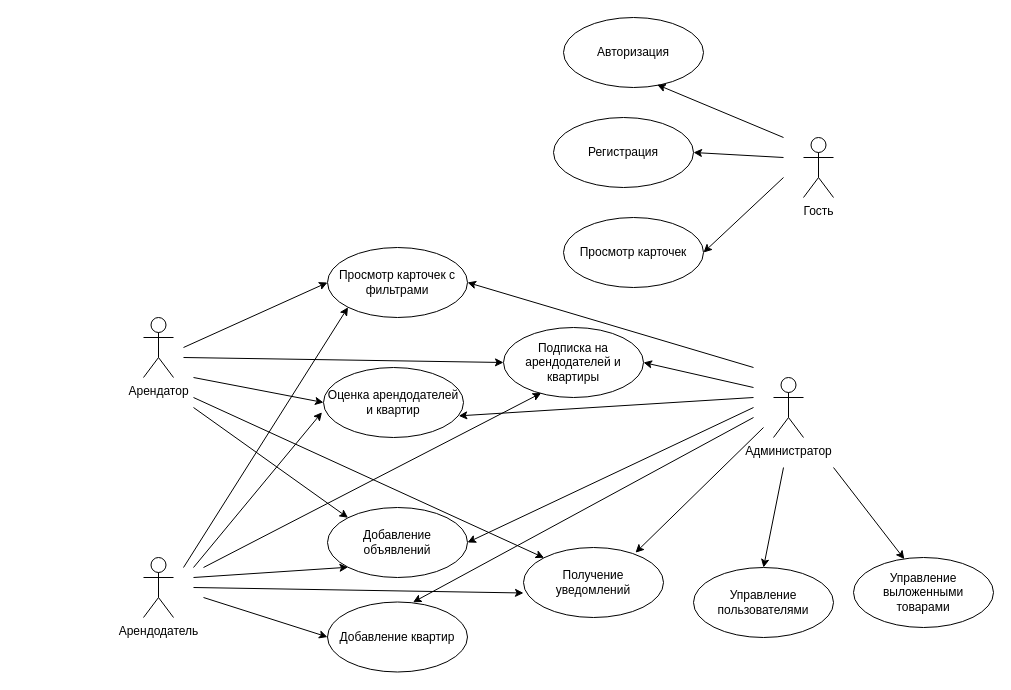
Before: page "Guest" (2 of 11) of doc/diagram/er_diagram.drawio in ilyasssklimov/bmstu_CourseProjectDB, a draw.io diagram. Source tidied: cells renumbered, new cells numbered last; positions are measured from the earlier drawing's top-left corner, leaving out a move shared by most shapes. Both pictures are drawn from the tidied source at 100%, with x=0, y=0 at pixel (143, 17).
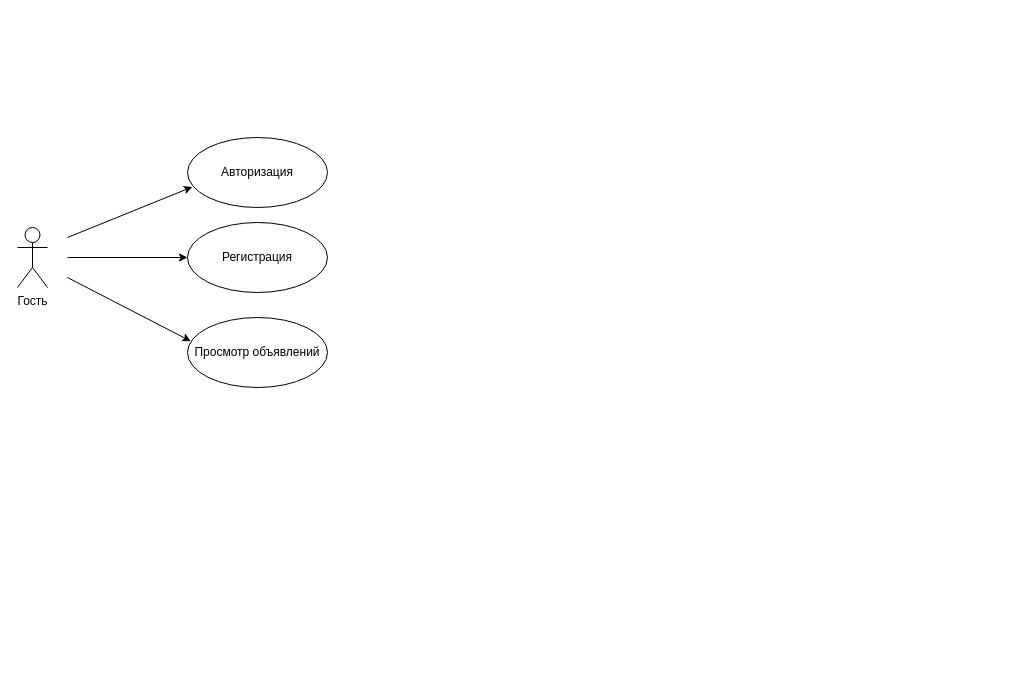
The same page after the edit.

Commit message:
add all diagrams

What changed in the source:
```diff
@@
     <mxCell id="2" value="Гость" style="shape=umlActor;verticalLabelPosition=bottom;verticalAlign=top;html=1;" parent="1" vertex="1">
-      <mxGeometry x="660" y="120" width="30" height="60" as="geometry" />
+      <mxGeometry x="-126" y="210" width="30" height="60" as="geometry" />
     </mxCell>
-    <mxCell id="3" value="Арендатор" style="shape=umlActor;verticalLabelPosition=bottom;verticalAlign=top;html=1;" parent="1" vertex="1">
-      <mxGeometry y="300" width="30" height="60" as="geometry" />
-    </mxCell>
-    <mxCell id="4" value="Арендодатель" style="shape=umlActor;verticalLabelPosition=bottom;verticalAlign=top;html=1;" parent="1" vertex="1">
-      <mxGeometry y="540" width="30" height="60" as="geometry" />
-    </mxCell>
-    <mxCell id="5" value="Администратор" style="shape=umlActor;verticalLabelPosition=bottom;verticalAlign=top;html=1;" parent="1" vertex="1">
-      <mxGeometry x="630" y="360" width="30" height="60" as="geometry" />
-    </mxCell>
-    <mxCell id="6" value="Просмотр карточек с фильтрами" style="ellipse;whiteSpace=wrap;html=1;" parent="1" vertex="1">
-      <mxGeometry x="184" y="230" width="140" height="70" as="geometry" />
-    </mxCell>
     <mxCell id="7" value="Регистрация" style="ellipse;whiteSpace=wrap;html=1;" parent="1" vertex="1">
-      <mxGeometry x="410" y="100" width="140" height="70" as="geometry" />
+      <mxGeometry x="44" y="205" width="140" height="70" as="geometry" />
     </mxCell>
-    <mxCell id="8" value="Просмотр карточек" style="ellipse;whiteSpace=wrap;html=1;" parent="1" vertex="1">
-      <mxGeometry x="420" y="200" width="140" height="70" as="geometry" />
+    <mxCell id="8" value="Просмотр объявлений" style="ellipse;whiteSpace=wrap;html=1;" parent="1" vertex="1">
+      <mxGeometry x="44" y="300" width="140" height="70" as="geometry" />
     </mxCell>
-    <mxCell id="9" value="Подписка на арендодателей и квартиры" style="ellipse;whiteSpace=wrap;html=1;" parent="1" vertex="1">
-      <mxGeometry x="360" y="310" width="140" height="70" as="geometry" />
-    </mxCell>
-    <mxCell id="10" value="Оценка арендодателей и квартир" style="ellipse;whiteSpace=wrap;html=1;" parent="1" vertex="1">
-      <mxGeometry x="180" y="350" width="140" height="70" as="geometry" />
-    </mxCell>
-    <mxCell id="11" value="Получение уведомлений" style="ellipse;whiteSpace=wrap;html=1;" parent="1" vertex="1">
-      <mxGeometry x="380" y="530" width="140" height="70" as="geometry" />
-    </mxCell>
-    <mxCell id="12" value="Добавление объявлений" style="ellipse;whiteSpace=wrap;html=1;" parent="1" vertex="1">
-      <mxGeometry x="184" y="490" width="140" height="70" as="geometry" />
-    </mxCell>
-    <mxCell id="13" value="Добавление квартир" style="ellipse;whiteSpace=wrap;html=1;" parent="1" vertex="1">
-      <mxGeometry x="184" y="584.5" width="140" height="70" as="geometry" />
-    </mxCell>
-    <mxCell id="14" value="Управление пользователями" style="ellipse;whiteSpace=wrap;html=1;" parent="1" vertex="1">
-      <mxGeometry x="550" y="550" width="140" height="70" as="geometry" />
-    </mxCell>
-    <mxCell id="15" value="Управление выложенными &lt;br&gt;товарами" style="ellipse;whiteSpace=wrap;html=1;" parent="1" vertex="1">
-      <mxGeometry x="710" y="540" width="140" height="70" as="geometry" />
-    </mxCell>
-    <mxCell id="16" style="endArrow=classic;html=1;rounded=0;entryX=1;entryY=0.5;entryDx=0;entryDy=0;" parent="1" edge="1" target="7">
+    <mxCell id="16" style="endArrow=classic;html=1;rounded=0;entryX=0;entryY=0.5;entryDx=0;entryDy=0;" parent="1" edge="1" target="7">
       <mxGeometry relative="1" as="geometry">
-        <mxPoint x="640" y="140" as="sourcePoint" />
+        <mxPoint x="-76" y="240" as="sourcePoint" />
       </mxGeometry>
     </mxCell>
-    <mxCell id="17" style="endArrow=classic;html=1;rounded=0;entryX=1;entryY=0.5;entryDx=0;entryDy=0;" parent="1" edge="1" target="8">
+    <mxCell id="17" style="endArrow=classic;html=1;rounded=0;entryX=0.024;entryY=0.339;entryDx=0;entryDy=0;entryPerimeter=0;" parent="1" edge="1" target="8">
       <mxGeometry relative="1" as="geometry">
-        <mxPoint x="640" y="160" as="sourcePoint" />
+        <mxPoint x="-76" y="260" as="sourcePoint" />
       </mxGeometry>
     </mxCell>
-    <mxCell id="18" style="endArrow=classic;html=1;rounded=0;entryX=0;entryY=0.5;entryDx=0;entryDy=0;" parent="1" edge="1" target="6">
-      <mxGeometry relative="1" as="geometry">
-        <mxPoint x="40" y="330" as="sourcePoint" />
-      </mxGeometry>
-    </mxCell>
-    <mxCell id="19" style="endArrow=classic;html=1;rounded=0;entryX=0;entryY=0.5;entryDx=0;entryDy=0;" parent="1" edge="1" target="9">
-      <mxGeometry relative="1" as="geometry">
-        <mxPoint x="40" y="340" as="sourcePoint" />
-      </mxGeometry>
-    </mxCell>
-    <mxCell id="20" style="endArrow=classic;html=1;rounded=0;entryX=0;entryY=0.5;entryDx=0;entryDy=0;" parent="1" edge="1" target="10">
-      <mxGeometry relative="1" as="geometry">
-        <mxPoint x="50" y="360" as="sourcePoint" />
-      </mxGeometry>
-    </mxCell>
     <mxCell id="21" value="Авторизация" style="ellipse;whiteSpace=wrap;html=1;" parent="1" vertex="1">
-      <mxGeometry x="420" width="140" height="70" as="geometry" />
+      <mxGeometry x="44" y="120" width="140" height="70" as="geometry" />
     </mxCell>
-    <mxCell id="22" style="endArrow=classic;html=1;rounded=0;entryX=0.669;entryY=0.96;entryDx=0;entryDy=0;entryPerimeter=0;" parent="1" edge="1" target="21">
+    <mxCell id="22" style="endArrow=classic;html=1;rounded=0;entryX=0.035;entryY=0.706;entryDx=0;entryDy=0;entryPerimeter=0;" parent="1" edge="1" target="21">
       <mxGeometry relative="1" as="geometry">
-        <mxPoint x="640" y="120" as="sourcePoint" />
+        <mxPoint x="-76" y="220" as="sourcePoint" />
       </mxGeometry>
     </mxCell>
-    <mxCell id="23" style="endArrow=classic;html=1;rounded=0;entryX=0;entryY=0;entryDx=0;entryDy=0;" parent="1" edge="1" target="11">
-      <mxGeometry relative="1" as="geometry">
-        <mxPoint x="50" y="380" as="sourcePoint" />
-      </mxGeometry>
-    </mxCell>
-    <mxCell id="24" style="endArrow=classic;html=1;rounded=0;entryX=0;entryY=0;entryDx=0;entryDy=0;" parent="1" edge="1" target="12">
-      <mxGeometry relative="1" as="geometry">
-        <mxPoint x="50" y="390" as="sourcePoint" />
-      </mxGeometry>
-    </mxCell>
-    <mxCell id="25" style="endArrow=classic;html=1;rounded=0;entryX=0;entryY=1;entryDx=0;entryDy=0;" parent="1" edge="1" target="6">
-      <mxGeometry relative="1" as="geometry">
-        <mxPoint x="40" y="550" as="sourcePoint" />
-      </mxGeometry>
-    </mxCell>
-    <mxCell id="26" style="endArrow=classic;html=1;rounded=0;entryX=0;entryY=1;entryDx=0;entryDy=0;" parent="1" edge="1" target="12">
-      <mxGeometry relative="1" as="geometry">
-        <mxPoint x="50" y="560" as="sourcePoint" />
-      </mxGeometry>
-    </mxCell>
-    <mxCell id="27" style="endArrow=classic;html=1;rounded=0;entryX=-0.011;entryY=0.64;entryDx=0;entryDy=0;entryPerimeter=0;" parent="1" edge="1" target="10">
-      <mxGeometry relative="1" as="geometry">
-        <mxPoint x="50" y="550" as="sourcePoint" />
-      </mxGeometry>
-    </mxCell>
-    <mxCell id="28" style="endArrow=classic;html=1;rounded=0;entryX=0;entryY=0.65;entryDx=0;entryDy=0;entryPerimeter=0;" parent="1" edge="1" target="11">
-      <mxGeometry relative="1" as="geometry">
-        <mxPoint x="50" y="570" as="sourcePoint" />
-      </mxGeometry>
-    </mxCell>
-    <mxCell id="29" style="endArrow=classic;html=1;rounded=0;entryX=0.269;entryY=0.937;entryDx=0;entryDy=0;entryPerimeter=0;" parent="1" edge="1" target="9">
-      <mxGeometry relative="1" as="geometry">
-        <mxPoint x="60" y="550" as="sourcePoint" />
-      </mxGeometry>
-    </mxCell>
-    <mxCell id="30" style="endArrow=classic;html=1;rounded=0;entryX=0;entryY=0.5;entryDx=0;entryDy=0;" parent="1" edge="1" target="13">
-      <mxGeometry relative="1" as="geometry">
-        <mxPoint x="60" y="580" as="sourcePoint" />
-      </mxGeometry>
-    </mxCell>
-    <mxCell id="31" style="endArrow=classic;html=1;rounded=0;entryX=0.8;entryY=0.074;entryDx=0;entryDy=0;entryPerimeter=0;" parent="1" edge="1" target="11">
-      <mxGeometry relative="1" as="geometry">
-        <mxPoint x="620" y="410" as="sourcePoint" />
-      </mxGeometry>
-    </mxCell>
-    <mxCell id="32" style="endArrow=classic;html=1;rounded=0;entryX=0.611;entryY=0.004;entryDx=0;entryDy=0;entryPerimeter=0;" parent="1" edge="1" target="13">
-      <mxGeometry relative="1" as="geometry">
-        <mxPoint x="610" y="400" as="sourcePoint" />
-      </mxGeometry>
-    </mxCell>
-    <mxCell id="33" style="endArrow=classic;html=1;rounded=0;entryX=1;entryY=0.5;entryDx=0;entryDy=0;" parent="1" edge="1" target="12">
-      <mxGeometry relative="1" as="geometry">
-        <mxPoint x="610" y="390" as="sourcePoint" />
-      </mxGeometry>
-    </mxCell>
-    <mxCell id="34" style="endArrow=classic;html=1;rounded=0;entryX=0.966;entryY=0.691;entryDx=0;entryDy=0;entryPerimeter=0;" parent="1" edge="1" target="10">
-      <mxGeometry relative="1" as="geometry">
-        <mxPoint x="610" y="380" as="sourcePoint" />
-      </mxGeometry>
-    </mxCell>
-    <mxCell id="35" style="endArrow=classic;html=1;rounded=0;entryX=1;entryY=0.5;entryDx=0;entryDy=0;" parent="1" edge="1" target="9">
-      <mxGeometry relative="1" as="geometry">
-        <mxPoint x="610" y="370" as="sourcePoint" />
-      </mxGeometry>
-    </mxCell>
-    <mxCell id="36" style="endArrow=classic;html=1;rounded=0;entryX=1;entryY=0.5;entryDx=0;entryDy=0;" parent="1" edge="1" target="6">
-      <mxGeometry relative="1" as="geometry">
-        <mxPoint x="610" y="350" as="sourcePoint" />
-      </mxGeometry>
-    </mxCell>
-    <mxCell id="37" style="endArrow=classic;html=1;rounded=0;entryX=0.5;entryY=0;entryDx=0;entryDy=0;" parent="1" edge="1" target="14">
-      <mxGeometry relative="1" as="geometry">
-        <mxPoint x="640" y="450" as="sourcePoint" />
-      </mxGeometry>
-    </mxCell>
-    <mxCell id="38" style="endArrow=classic;html=1;rounded=0;entryX=0.363;entryY=0.023;entryDx=0;entryDy=0;entryPerimeter=0;" parent="1" edge="1" target="15">
-      <mxGeometry relative="1" as="geometry">
-        <mxPoint x="690" y="450" as="sourcePoint" />
-      </mxGeometry>
-    </mxCell>
```
